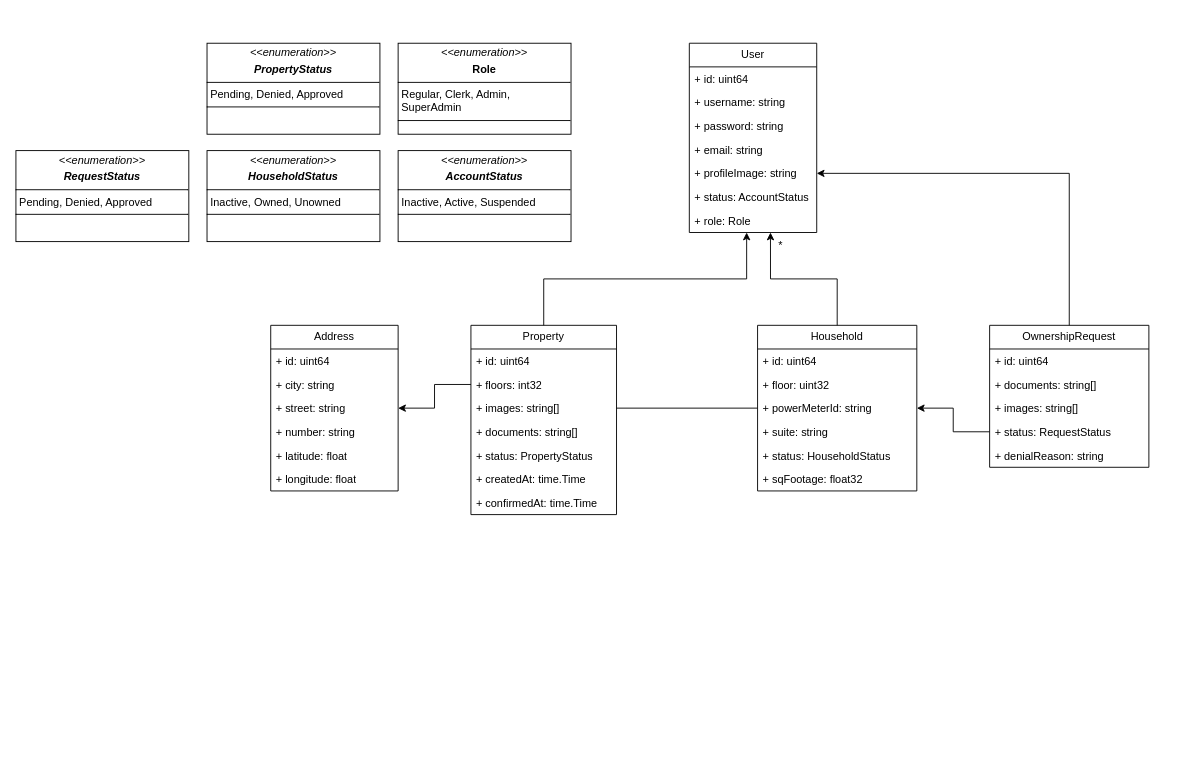
Earlier version of the draw.io diagram nvt-watt-flow.drawio (aleksaqm/watt-flow). Source tidied: cells renumbered, new cells numbered last; positions are measured from the earlier drawing's top-left corner, leaving out a move shared by most shapes. Both pictures are drawn from the tidied source at 91%, with x=0, y=0 at pixel (15, 43).
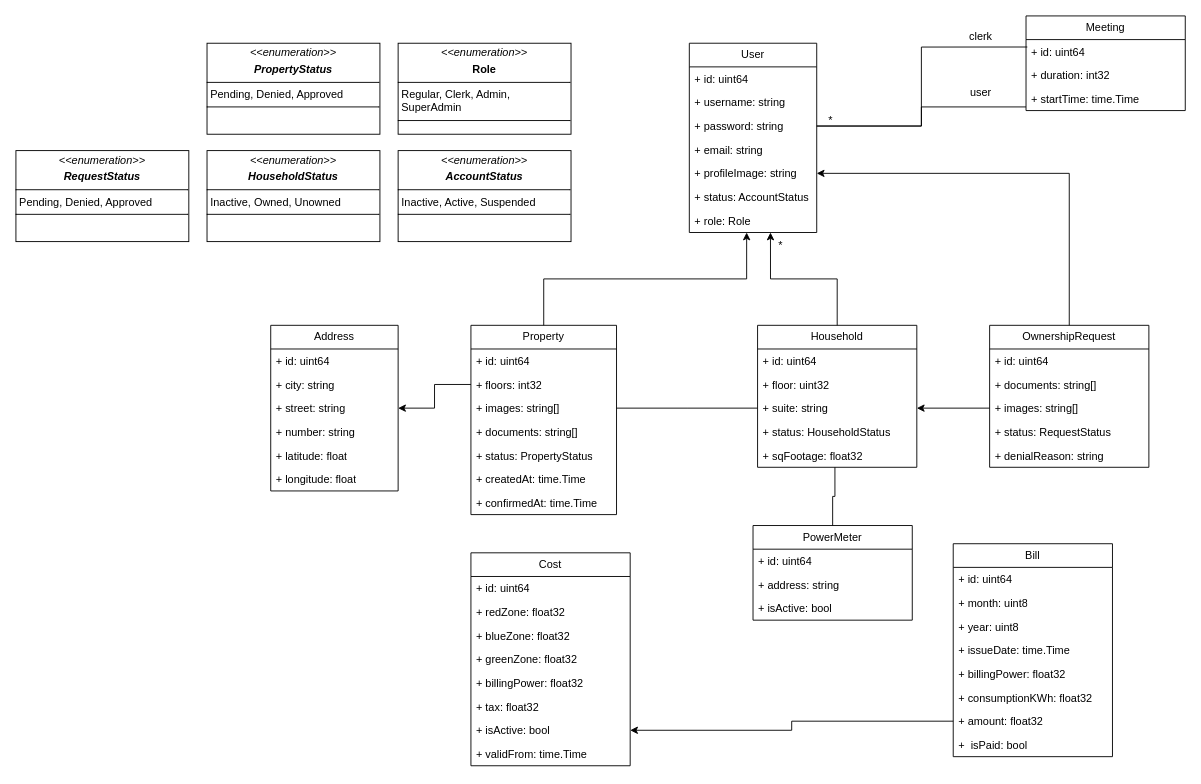
The same page after the edit.

Commit message:
added bills and requests

The change refers to these unchanged cells:
```xml
<mxCell id="5" value="+ password: string" style="text;strokeColor=none;fillColor=none;align=left;verticalAlign=top;spacingLeft=4;spacingRight=4;overflow=hidden;points=[[0,0.5],[1,0.5]];portConstraint=eastwest;whiteSpace=wrap;html=1;" parent="2" vertex="1">
  <mxGeometry y="78" width="140" height="26" as="geometry" />
</mxCell>
<mxCell id="29" value="+ images: string[]" style="text;strokeColor=none;fillColor=none;align=left;verticalAlign=top;spacingLeft=4;spacingRight=4;overflow=hidden;points=[[0,0.5],[1,0.5]];portConstraint=eastwest;whiteSpace=wrap;html=1;" parent="26" vertex="1">
  <mxGeometry y="78" width="160" height="26" as="geometry" />
</mxCell>
<mxCell id="44" value="+ images: string[]" style="text;strokeColor=none;fillColor=none;align=left;verticalAlign=top;spacingLeft=4;spacingRight=4;overflow=hidden;points=[[0,0.5],[1,0.5]];portConstraint=eastwest;whiteSpace=wrap;html=1;" parent="41" vertex="1">
  <mxGeometry y="78" width="175" height="26" as="geometry" />
</mxCell>
<mxCell id="45" value="+ status: RequestStatus" style="text;strokeColor=none;fillColor=none;align=left;verticalAlign=top;spacingLeft=4;spacingRight=4;overflow=hidden;points=[[0,0.5],[1,0.5]];portConstraint=eastwest;whiteSpace=wrap;html=1;" parent="41" vertex="1">
  <mxGeometry y="104" width="175" height="26" as="geometry" />
</mxCell>
```

Change to the diagram source:
```diff
@@
     <mxCell id="12" value="Household" style="swimlane;fontStyle=0;horizontal=1;startSize=26;fillColor=none;whiteSpace=wrap;html=1;" parent="1" vertex="1">
-      <mxGeometry x="815" y="310" width="175" height="182" as="geometry" />
+      <mxGeometry x="815" y="310" width="175" height="156" as="geometry" />
     </mxCell>
@@
-    <mxCell id="15" value="+ powerMeterId: string" style="text;strokeColor=none;fillColor=none;align=left;verticalAlign=top;spacingLeft=4;spacingRight=4;overflow=hidden;points=[[0,0.5],[1,0.5]];portConstraint=eastwest;whiteSpace=wrap;html=1;" parent="12" vertex="1">
-      <mxGeometry y="78" width="175" height="26" as="geometry" />
-    </mxCell>
     <mxCell id="16" value="+ suite: string" style="text;strokeColor=none;fillColor=none;align=left;verticalAlign=top;spacingLeft=4;spacingRight=4;overflow=hidden;points=[[0,0.5],[1,0.5]];portConstraint=eastwest;whiteSpace=wrap;html=1;" parent="12" vertex="1">
-      <mxGeometry y="104" width="175" height="26" as="geometry" />
+      <mxGeometry y="78" width="175" height="26" as="geometry" />
     </mxCell>
     <mxCell id="17" value="+ status: HouseholdStatus" style="text;strokeColor=none;fillColor=none;align=left;verticalAlign=top;spacingLeft=4;spacingRight=4;overflow=hidden;whiteSpace=wrap;html=1;" parent="12" vertex="1">
-      <mxGeometry y="130" width="175" height="26" as="geometry" />
+      <mxGeometry y="104" width="175" height="26" as="geometry" />
     </mxCell>
     <mxCell id="18" value="+ sqFootage: float32" style="text;strokeColor=none;fillColor=none;align=left;verticalAlign=top;spacingLeft=4;spacingRight=4;overflow=hidden;points=[[0,0.5],[1,0.5]];portConstraint=eastwest;whiteSpace=wrap;html=1;" parent="12" vertex="1">
-      <mxGeometry y="156" width="175" height="26" as="geometry" />
+      <mxGeometry y="130" width="175" height="26" as="geometry" />
     </mxCell>
@@
-    <mxCell id="38" style="edgeStyle=orthogonalEdgeStyle;rounded=0;jettySize=auto;html=1;entryX=0;entryY=0.5;entryDx=0;entryDy=0;endArrow=none;endFill=0;" parent="1" edge="1" source="29" target="15">
-      <mxGeometry relative="1" as="geometry" />
+    <mxCell id="38" style="edgeStyle=orthogonalEdgeStyle;rounded=0;jettySize=auto;html=1;entryX=0;entryY=0.5;entryDx=0;entryDy=0;endArrow=none;endFill=0;" parent="1" edge="1" source="29">
+      <mxGeometry relative="1" as="geometry">
+        <mxPoint x="815" y="401" as="targetPoint" />
+      </mxGeometry>
     </mxCell>
@@
-    <mxCell id="47" style="edgeStyle=orthogonalEdgeStyle;rounded=0;jettySize=auto;html=1;entryX=1;entryY=0.5;entryDx=0;entryDy=0;" parent="1" edge="1" source="45" target="15">
-      <mxGeometry relative="1" as="geometry" />
-    </mxCell>
@@
+    <mxCell id="50" style="edgeStyle=orthogonalEdgeStyle;rounded=0;jettySize=auto;html=1;entryX=1;entryY=0.5;entryDx=0;entryDy=0;" parent="1" edge="1" source="44" target="16">
+      <mxGeometry relative="1" as="geometry" />
+    </mxCell>
+    <mxCell id="51" value="PowerMeter" style="swimlane;fontStyle=0;horizontal=1;startSize=26;fillColor=none;whiteSpace=wrap;html=1;" parent="1" vertex="1">
+      <mxGeometry x="810" y="530" width="175" height="104" as="geometry" />
+    </mxCell>
+    <mxCell id="52" value="+ id: uint64" style="text;strokeColor=none;fillColor=none;align=left;verticalAlign=top;spacingLeft=4;spacingRight=4;overflow=hidden;whiteSpace=wrap;html=1;" parent="51" vertex="1">
+      <mxGeometry y="26" width="175" height="26" as="geometry" />
+    </mxCell>
+    <mxCell id="53" value="+ address: string" style="text;strokeColor=none;fillColor=none;align=left;verticalAlign=top;spacingLeft=4;spacingRight=4;overflow=hidden;whiteSpace=wrap;html=1;" parent="51" vertex="1">
+      <mxGeometry y="52" width="175" height="26" as="geometry" />
+    </mxCell>
+    <mxCell id="54" value="+ isActive: bool" style="text;strokeColor=none;fillColor=none;align=left;verticalAlign=top;spacingLeft=4;spacingRight=4;overflow=hidden;whiteSpace=wrap;html=1;" parent="51" vertex="1">
+      <mxGeometry y="78" width="175" height="26" as="geometry" />
+    </mxCell>
+    <mxCell id="55" style="edgeStyle=orthogonalEdgeStyle;rounded=0;jettySize=auto;html=1;entryX=0.5;entryY=0;entryDx=0;entryDy=0;endArrow=none;endFill=0;" parent="1" edge="1" source="18" target="51">
+      <mxGeometry relative="1" as="geometry">
+        <Array as="points">
+          <mxPoint x="900" y="498" />
+          <mxPoint x="898" y="498" />
+        </Array>
+      </mxGeometry>
+    </mxCell>
+    <mxCell id="56" value="Meeting" style="swimlane;fontStyle=0;horizontal=1;startSize=26;fillColor=none;whiteSpace=wrap;html=1;" parent="1" vertex="1">
+      <mxGeometry x="1110" y="-30" width="175" height="104" as="geometry" />
+    </mxCell>
+    <mxCell id="57" value="+ id: uint64" style="text;strokeColor=none;fillColor=none;align=left;verticalAlign=top;spacingLeft=4;spacingRight=4;overflow=hidden;points=[[0,0.5],[1,0.5]];portConstraint=eastwest;whiteSpace=wrap;html=1;" parent="56" vertex="1">
+      <mxGeometry y="26" width="175" height="26" as="geometry" />
+    </mxCell>
+    <mxCell id="58" value="+ duration: int32" style="text;strokeColor=none;fillColor=none;align=left;verticalAlign=top;spacingLeft=4;spacingRight=4;overflow=hidden;whiteSpace=wrap;html=1;" parent="56" vertex="1">
+      <mxGeometry y="52" width="175" height="26" as="geometry" />
+    </mxCell>
+    <mxCell id="59" value="+ startTime: time.Time" style="text;strokeColor=none;fillColor=none;align=left;verticalAlign=top;spacingLeft=4;spacingRight=4;overflow=hidden;points=[[0,0.5],[1,0.5]];portConstraint=eastwest;whiteSpace=wrap;html=1;" parent="56" vertex="1">
+      <mxGeometry y="78" width="175" height="26" as="geometry" />
+    </mxCell>
+    <mxCell id="60" style="edgeStyle=orthogonalEdgeStyle;rounded=0;jettySize=auto;html=1;entryX=0.008;entryY=0.314;entryDx=0;entryDy=0;entryPerimeter=0;exitX=1;exitY=0.5;exitDx=0;exitDy=0;endArrow=none;endFill=0;" parent="1" edge="1" source="5" target="57">
+      <mxGeometry relative="1" as="geometry" />
+    </mxCell>
+    <mxCell id="61" style="edgeStyle=orthogonalEdgeStyle;rounded=0;jettySize=auto;html=1;entryX=0;entryY=0.846;entryDx=0;entryDy=0;entryPerimeter=0;endArrow=none;endFill=0;" parent="1" edge="1" source="5" target="59">
+      <mxGeometry relative="1" as="geometry" />
+    </mxCell>
+    <mxCell id="62" value="clerk" style="text;html=1;align=center;verticalAlign=middle;strokeColor=none;fillColor=none;" parent="1" vertex="1">
+      <mxGeometry x="1035" y="-22" width="50" height="30" as="geometry" />
+    </mxCell>
+    <mxCell id="63" value="user" style="text;html=1;align=center;verticalAlign=middle;strokeColor=none;fillColor=none;" parent="1" vertex="1">
+      <mxGeometry x="1035" y="40" width="50" height="30" as="geometry" />
+    </mxCell>
+    <mxCell id="64" value="*" style="text;html=1;align=center;verticalAlign=middle;strokeColor=none;fillColor=none;" parent="1" vertex="1">
+      <mxGeometry x="880" y="70" width="30" height="30" as="geometry" />
+    </mxCell>
+    <mxCell id="65" value="Cost" style="swimlane;fontStyle=0;horizontal=1;startSize=26;fillColor=none;whiteSpace=wrap;html=1;" parent="1" vertex="1">
+      <mxGeometry x="500" y="560" width="175" height="234" as="geometry" />
+    </mxCell>
+    <mxCell id="66" value="+ id: uint64" style="text;strokeColor=none;fillColor=none;align=left;verticalAlign=top;spacingLeft=4;spacingRight=4;overflow=hidden;whiteSpace=wrap;html=1;" parent="65" vertex="1">
+      <mxGeometry y="26" width="175" height="26" as="geometry" />
+    </mxCell>
+    <mxCell id="67" value="&lt;div&gt;+ redZone: float32&lt;/div&gt;&lt;div&gt;&lt;br&gt;&lt;/div&gt;" style="text;strokeColor=none;fillColor=none;align=left;verticalAlign=top;spacingLeft=4;spacingRight=4;overflow=hidden;whiteSpace=wrap;html=1;" parent="65" vertex="1">
+      <mxGeometry y="52" width="175" height="26" as="geometry" />
+    </mxCell>
+    <mxCell id="68" value="+ blueZone: float32" style="text;strokeColor=none;fillColor=none;align=left;verticalAlign=top;spacingLeft=4;spacingRight=4;overflow=hidden;whiteSpace=wrap;html=1;" parent="65" vertex="1">
+      <mxGeometry y="78" width="175" height="26" as="geometry" />
+    </mxCell>
+    <mxCell id="69" value="+ greenZone: float32" style="text;strokeColor=none;fillColor=none;align=left;verticalAlign=top;spacingLeft=4;spacingRight=4;overflow=hidden;whiteSpace=wrap;html=1;" parent="65" vertex="1">
+      <mxGeometry y="104" width="175" height="26" as="geometry" />
+    </mxCell>
+    <mxCell id="70" value="&lt;div&gt;+ billingPower: float32&lt;/div&gt;&lt;div&gt;&lt;br&gt;&lt;/div&gt;" style="text;strokeColor=none;fillColor=none;align=left;verticalAlign=top;spacingLeft=4;spacingRight=4;overflow=hidden;whiteSpace=wrap;html=1;" parent="65" vertex="1">
+      <mxGeometry y="130" width="175" height="26" as="geometry" />
+    </mxCell>
+    <mxCell id="71" value="+ tax: float32" style="text;strokeColor=none;fillColor=none;align=left;verticalAlign=top;spacingLeft=4;spacingRight=4;overflow=hidden;whiteSpace=wrap;html=1;" parent="65" vertex="1">
+      <mxGeometry y="156" width="175" height="26" as="geometry" />
+    </mxCell>
+    <mxCell id="72" value="+ isActive: bool" style="text;strokeColor=none;fillColor=none;align=left;verticalAlign=top;spacingLeft=4;spacingRight=4;overflow=hidden;points=[[0,0.5],[1,0.5]];portConstraint=eastwest;whiteSpace=wrap;html=1;" parent="65" vertex="1">
+      <mxGeometry y="182" width="175" height="26" as="geometry" />
+    </mxCell>
+    <mxCell id="73" value="+ validFrom: time.Time" style="text;strokeColor=none;fillColor=none;align=left;verticalAlign=top;spacingLeft=4;spacingRight=4;overflow=hidden;whiteSpace=wrap;html=1;" parent="65" vertex="1">
+      <mxGeometry y="208" width="175" height="26" as="geometry" />
+    </mxCell>
+    <mxCell id="74" value="Bill" style="swimlane;fontStyle=0;horizontal=1;startSize=26;fillColor=none;whiteSpace=wrap;html=1;" parent="1" vertex="1">
+      <mxGeometry x="1030" y="550" width="175" height="234" as="geometry" />
+    </mxCell>
+    <mxCell id="75" value="+ id: uint64" style="text;strokeColor=none;fillColor=none;align=left;verticalAlign=top;spacingLeft=4;spacingRight=4;overflow=hidden;whiteSpace=wrap;html=1;" parent="74" vertex="1">
+      <mxGeometry y="26" width="175" height="26" as="geometry" />
+    </mxCell>
+    <mxCell id="76" value="+ month: uint8" style="text;strokeColor=none;fillColor=none;align=left;verticalAlign=top;spacingLeft=4;spacingRight=4;overflow=hidden;whiteSpace=wrap;html=1;" parent="74" vertex="1">
+      <mxGeometry y="52" width="175" height="26" as="geometry" />
+    </mxCell>
+    <mxCell id="77" value="+ year: uint8" style="text;strokeColor=none;fillColor=none;align=left;verticalAlign=top;spacingLeft=4;spacingRight=4;overflow=hidden;whiteSpace=wrap;html=1;" parent="74" vertex="1">
+      <mxGeometry y="78" width="175" height="26" as="geometry" />
+    </mxCell>
+    <mxCell id="78" value="+ issueDate: time.Time" style="text;strokeColor=none;fillColor=none;align=left;verticalAlign=top;spacingLeft=4;spacingRight=4;overflow=hidden;whiteSpace=wrap;html=1;" parent="74" vertex="1">
+      <mxGeometry y="104" width="175" height="26" as="geometry" />
+    </mxCell>
+    <mxCell id="79" value="&lt;div&gt;+ billingPower: float32&lt;/div&gt;&lt;div&gt;&lt;br&gt;&lt;/div&gt;" style="text;strokeColor=none;fillColor=none;align=left;verticalAlign=top;spacingLeft=4;spacingRight=4;overflow=hidden;whiteSpace=wrap;html=1;" parent="74" vertex="1">
+      <mxGeometry y="130" width="175" height="26" as="geometry" />
+    </mxCell>
+    <mxCell id="80" value="+ consumptionKWh: float32" style="text;strokeColor=none;fillColor=none;align=left;verticalAlign=top;spacingLeft=4;spacingRight=4;overflow=hidden;whiteSpace=wrap;html=1;" parent="74" vertex="1">
+      <mxGeometry y="156" width="175" height="26" as="geometry" />
+    </mxCell>
+    <mxCell id="81" value="+ amount: float32" style="text;strokeColor=none;fillColor=none;align=left;verticalAlign=top;spacingLeft=4;spacingRight=4;overflow=hidden;points=[[0,0.5],[1,0.5]];portConstraint=eastwest;whiteSpace=wrap;html=1;" parent="74" vertex="1">
+      <mxGeometry y="182" width="175" height="26" as="geometry" />
+    </mxCell>
+    <mxCell id="82" value="+&amp;nbsp; isPaid: bool" style="text;strokeColor=none;fillColor=none;align=left;verticalAlign=top;spacingLeft=4;spacingRight=4;overflow=hidden;whiteSpace=wrap;html=1;" parent="74" vertex="1">
+      <mxGeometry y="208" width="175" height="26" as="geometry" />
+    </mxCell>
+    <mxCell id="83" style="edgeStyle=orthogonalEdgeStyle;rounded=0;jettySize=auto;html=1;entryX=1;entryY=0.5;entryDx=0;entryDy=0;" parent="1" edge="1" source="81" target="72">
+      <mxGeometry relative="1" as="geometry" />
+    </mxCell>
```
